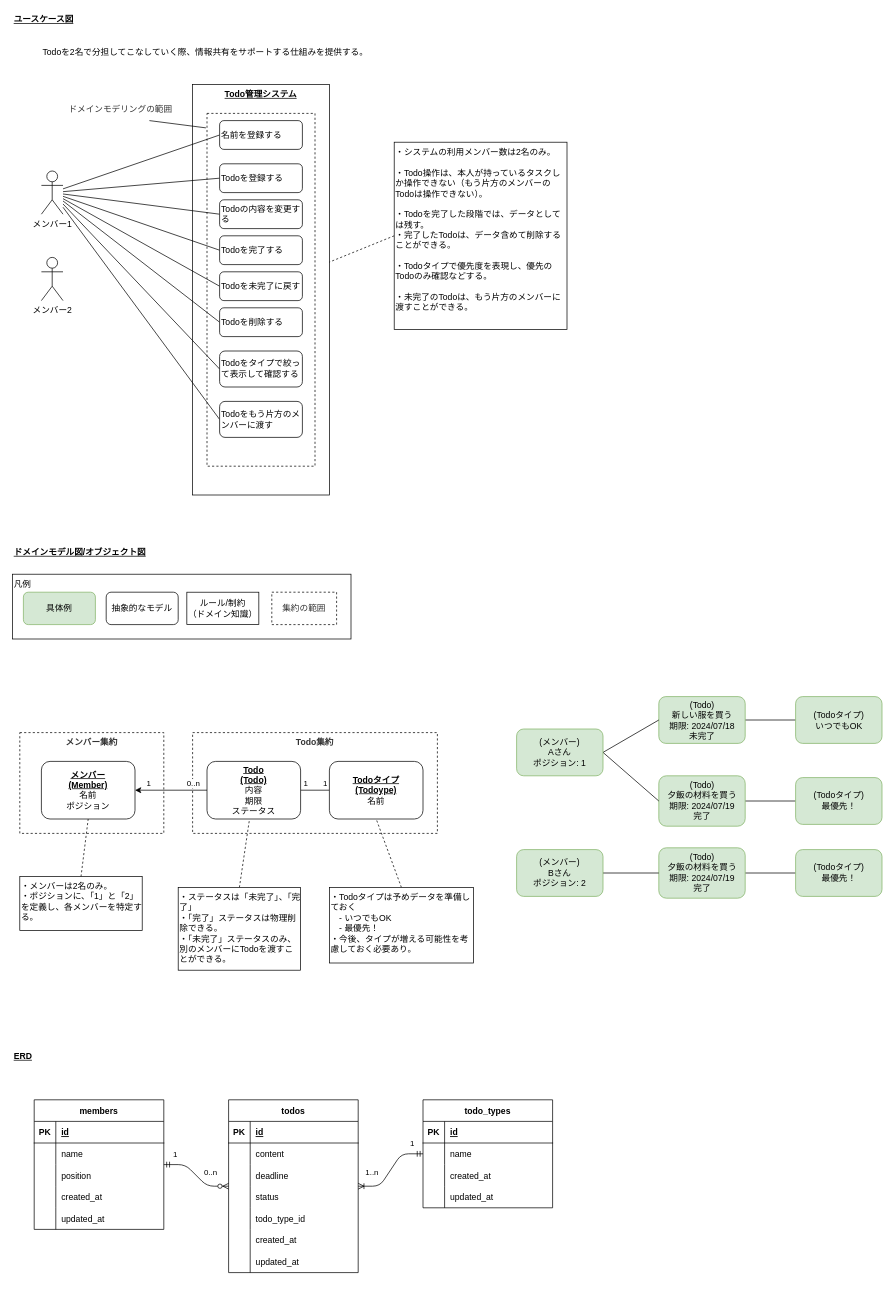
This is ddd/ddd-sample-app-cs/docs/ドメインモデル.drawio from atman-33/system-dev-docs, a draw.io file, before an edit. Source tidied: cells renumbered, new cells numbered last; positions are measured from the earlier drawing's top-left corner, leaving out a move shared by most shapes. Both pictures are drawn from the tidied source at 72%, with x=0, y=0 at pixel (12, 12).
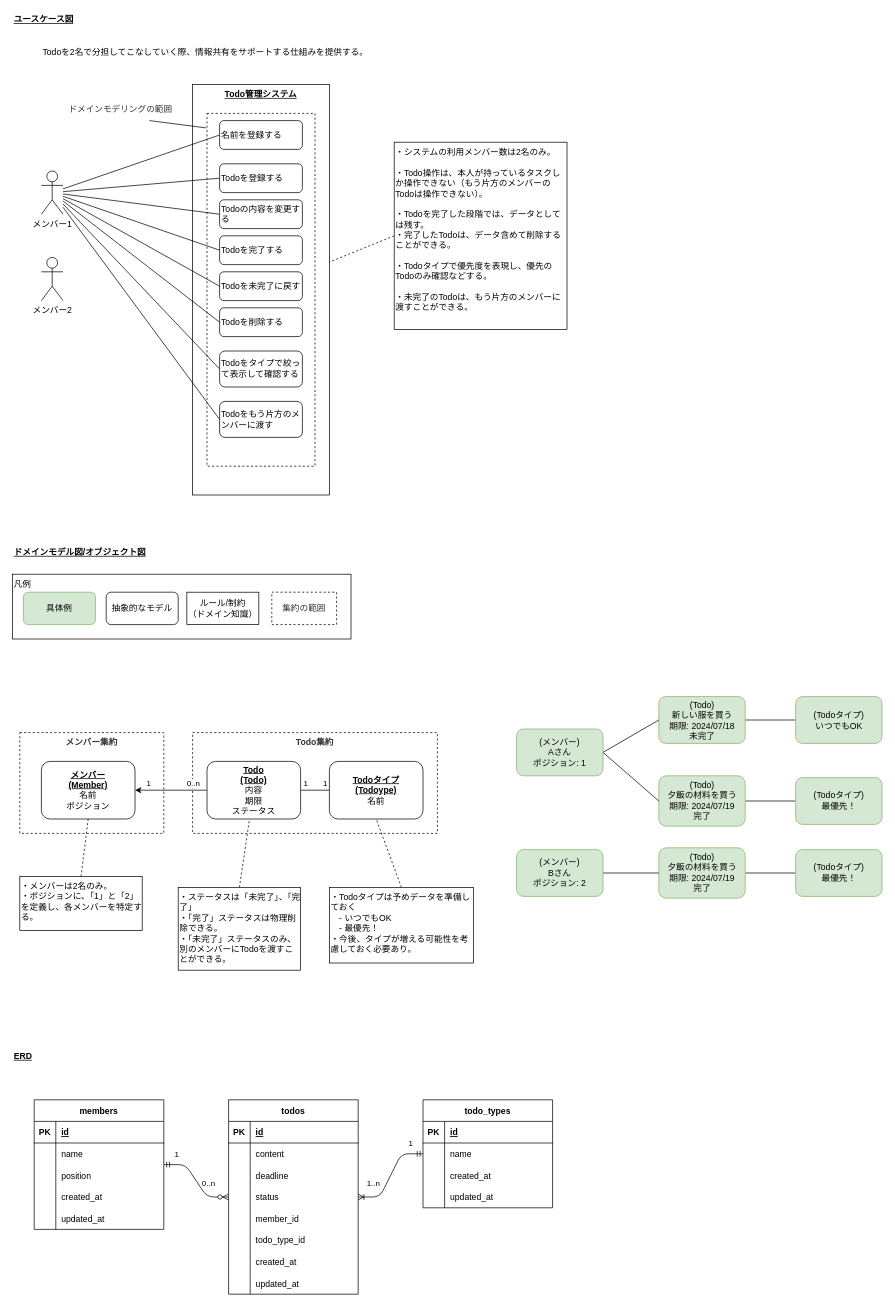
The same page after the edit.

Change to the diagram source:
```diff
@@
     <mxCell id="81" value="todos" style="shape=table;startSize=30;childLayout=tableLayout;rowLines=0;fontStyle=1;align=center;" parent="1" vertex="1">
-      <mxGeometry x="300" y="1510" width="180" height="240" as="geometry" />
+      <mxGeometry x="300" y="1510" width="180" height="270" as="geometry" />
     </mxCell>
@@
+    <mxCell id="123" style="shape=tableRow;horizontal=0;startSize=0;swimlaneHead=0;swimlaneBody=0;fillColor=none;top=0;left=0;right=0;bottom=0;" parent="81" vertex="1">
+      <mxGeometry y="150" width="180" height="30" as="geometry" />
+    </mxCell>
+    <mxCell id="124" style="shape=partialRectangle;fillColor=none;top=0;left=0;bottom=0;right=0;overflow=hidden;" parent="123" vertex="1">
+      <mxGeometry width="30" height="30" as="geometry" />
+    </mxCell>
+    <mxCell id="125" value="member_id" style="shape=partialRectangle;fillColor=none;top=0;left=0;bottom=0;right=0;align=left;spacingLeft=6;overflow=hidden;" parent="123" vertex="1">
+      <mxGeometry x="30" width="150" height="30" as="geometry" />
+    </mxCell>
     <mxCell id="94" style="shape=tableRow;horizontal=0;startSize=0;swimlaneHead=0;swimlaneBody=0;fillColor=none;top=0;left=0;right=0;bottom=0;" parent="81" vertex="1">
-      <mxGeometry y="150" width="180" height="30" as="geometry" />
+      <mxGeometry y="180" width="180" height="30" as="geometry" />
     </mxCell>
@@
     <mxCell id="97" style="shape=tableRow;horizontal=0;startSize=0;swimlaneHead=0;swimlaneBody=0;fillColor=none;top=0;left=0;right=0;bottom=0;" parent="81" vertex="1">
-      <mxGeometry y="180" width="180" height="30" as="geometry" />
+      <mxGeometry y="210" width="180" height="30" as="geometry" />
     </mxCell>
@@
     <mxCell id="100" style="shape=tableRow;horizontal=0;startSize=0;swimlaneHead=0;swimlaneBody=0;fillColor=none;top=0;left=0;right=0;bottom=0;" parent="81" vertex="1">
-      <mxGeometry y="210" width="180" height="30" as="geometry" />
+      <mxGeometry y="240" width="180" height="30" as="geometry" />
     </mxCell>
```
